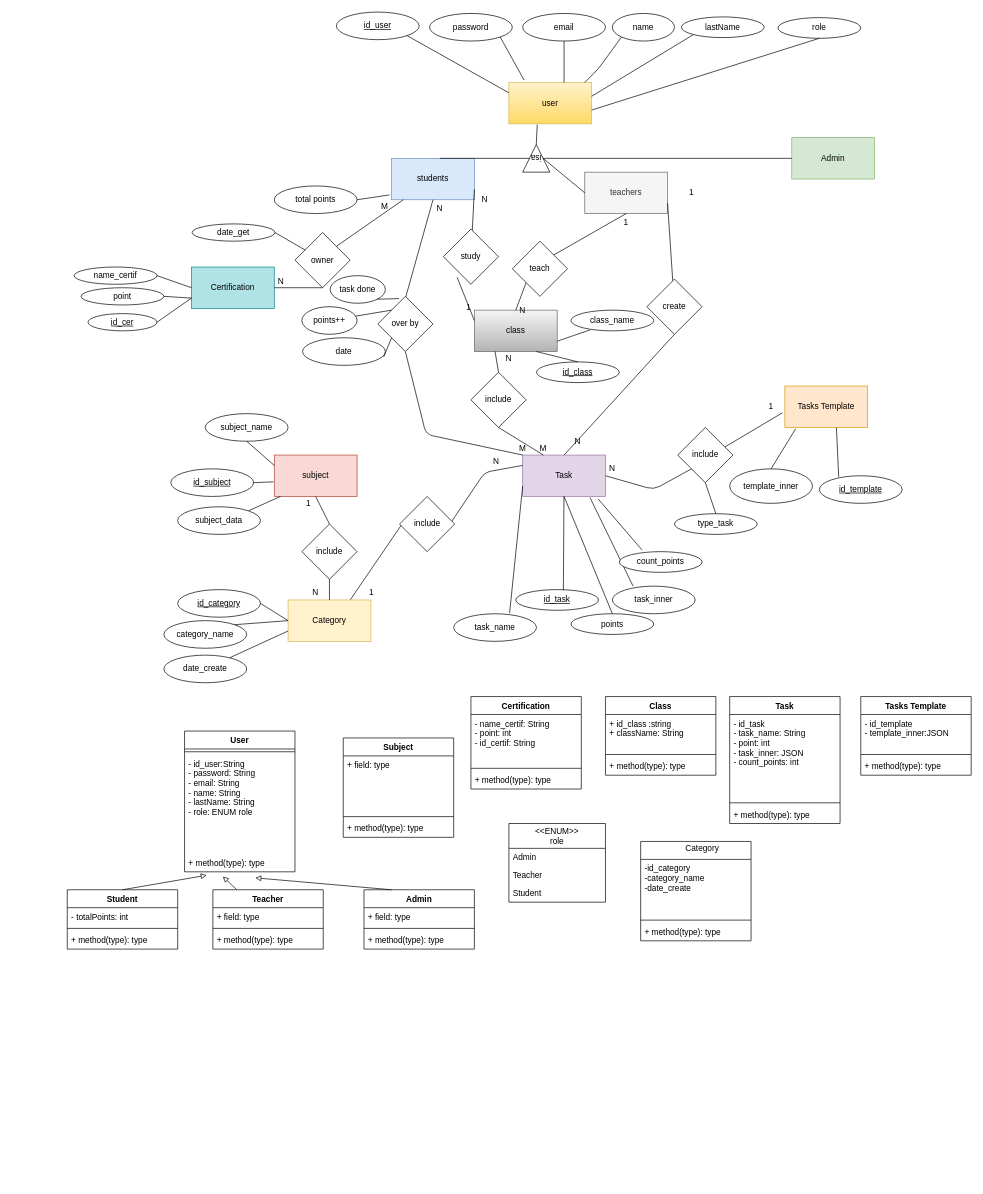
The draw.io diagram ERD_Class_diagram.drawio in alsousha/projectFinish, before the edit. Source tidied: cells renumbered, new cells numbered last; positions are measured from the earlier drawing's top-left corner, leaving out a move shared by most shapes. Both pictures are drawn from the tidied source at 69%, with x=0, y=0 at pixel (67, 12).
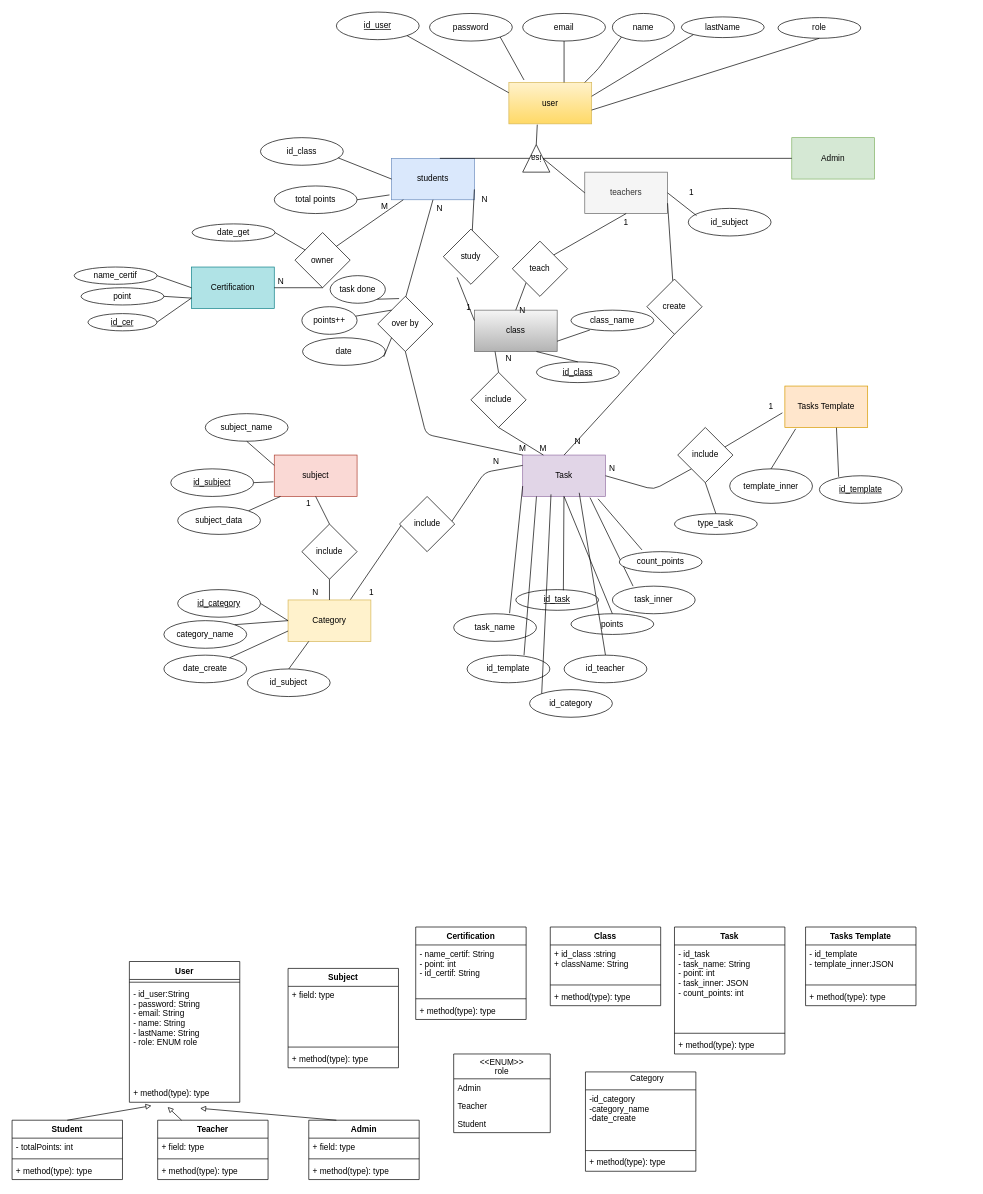
The same diagram, later.

The change refers to these unchanged cells:
```xml
<mxCell id="2" value="students" style="rounded=0;whiteSpace=wrap;html=1;fillColor=#dae8fc;strokeColor=#6c8ebf;" parent="1" vertex="1">
  <mxGeometry x="470" y="212" width="120" height="60" as="geometry" />
</mxCell>
<mxCell id="3" value="teachers" style="rounded=0;whiteSpace=wrap;html=1;fillColor=#f5f5f5;strokeColor=#666666;fontColor=#333333;" parent="1" vertex="1">
  <mxGeometry x="750" y="232" width="120" height="60" as="geometry" />
</mxCell>
<mxCell id="14" value="Task" style="rounded=0;whiteSpace=wrap;html=1;fillColor=#e1d5e7;strokeColor=#9673a6;" parent="1" vertex="1">
  <mxGeometry x="660" y="642" width="120" height="60" as="geometry" />
</mxCell>
<mxCell id="148" value="Category" style="rounded=0;whiteSpace=wrap;html=1;fillColor=#fff2cc;strokeColor=#d6b656;" parent="1" vertex="1">
  <mxGeometry x="320" y="852" width="120" height="60" as="geometry" />
</mxCell>
```

Diff of the diagram source:
```diff
@@
     <mxCell id="101" value="User" style="swimlane;fontStyle=1;align=center;verticalAlign=top;horizontal=1;startSize=26;" parent="1" vertex="1">
-      <mxGeometry x="170" y="1042" width="160" height="204" as="geometry" />
+      <mxGeometry x="90" y="1376" width="160" height="204" as="geometry" />
     </mxCell>
@@
     <mxCell id="105" value="Student" style="swimlane;fontStyle=1;align=center;verticalAlign=top;horizontal=1;startSize=26;" parent="1" vertex="1">
-      <mxGeometry y="1272" width="160" height="86" as="geometry" />
+      <mxGeometry x="-80" y="1606" width="160" height="86" as="geometry" />
     </mxCell>
@@
     <mxCell id="109" value="Teacher" style="swimlane;fontStyle=1;align=center;verticalAlign=top;horizontal=1;startSize=26;" parent="1" vertex="1">
-      <mxGeometry x="211" y="1272" width="160" height="86" as="geometry" />
+      <mxGeometry x="131" y="1606" width="160" height="86" as="geometry" />
     </mxCell>
@@
     <mxCell id="113" value="Admin" style="swimlane;fontStyle=1;align=center;verticalAlign=top;horizontal=1;startSize=26;" parent="1" vertex="1">
-      <mxGeometry x="430" y="1272" width="160" height="86" as="geometry" />
+      <mxGeometry x="350" y="1606" width="160" height="86" as="geometry" />
     </mxCell>
@@
     <mxCell id="120" value="Certification" style="swimlane;fontStyle=1;align=center;verticalAlign=top;horizontal=1;startSize=26;" parent="1" vertex="1">
-      <mxGeometry x="585" y="992" width="160" height="134" as="geometry" />
+      <mxGeometry x="505" y="1326" width="160" height="134" as="geometry" />
     </mxCell>
@@
     <mxCell id="124" value="Class" style="swimlane;fontStyle=1;align=center;verticalAlign=top;horizontal=1;startSize=26;" parent="1" vertex="1">
-      <mxGeometry x="780" y="992" width="160" height="114" as="geometry" />
+      <mxGeometry x="700" y="1326" width="160" height="114" as="geometry" />
     </mxCell>
@@
     <mxCell id="128" value="Task" style="swimlane;fontStyle=1;align=center;verticalAlign=top;horizontal=1;startSize=26;" parent="1" vertex="1">
-      <mxGeometry x="960" y="992" width="160" height="184" as="geometry" />
+      <mxGeometry x="880" y="1326" width="160" height="184" as="geometry" />
     </mxCell>
@@
     <mxCell id="132" value="Tasks Template" style="swimlane;fontStyle=1;align=center;verticalAlign=top;horizontal=1;startSize=26;" parent="1" vertex="1">
-      <mxGeometry x="1150" y="992" width="160" height="114" as="geometry" />
+      <mxGeometry x="1070" y="1326" width="160" height="114" as="geometry" />
     </mxCell>
@@
     <mxCell id="136" value="Subject" style="swimlane;fontStyle=1;align=center;verticalAlign=top;horizontal=1;startSize=26;" parent="1" vertex="1">
-      <mxGeometry x="400" y="1052" width="160" height="144" as="geometry" />
+      <mxGeometry x="320" y="1386" width="160" height="144" as="geometry" />
     </mxCell>
@@
     <mxCell id="140" value="&lt;&lt;ENUM&gt;&gt;&#10;role" style="swimlane;fontStyle=0;horizontal=1;startSize=36;fillColor=none;" parent="1" vertex="1">
-      <mxGeometry x="640" y="1176" width="140" height="114" as="geometry" />
+      <mxGeometry x="560" y="1510" width="140" height="114" as="geometry" />
     </mxCell>
@@
     <mxCell id="166" style="swimlane;fontStyle=1;align=center;verticalAlign=top;horizontal=1;startSize=26;" parent="1" vertex="1">
-      <mxGeometry x="831" y="1202" width="160" height="144" as="geometry" />
+      <mxGeometry x="751" y="1536" width="160" height="144" as="geometry" />
     </mxCell>
@@
     <mxCell id="170" value="Category" style="text;html=1;align=center;verticalAlign=middle;" parent="1" vertex="1">
-      <mxGeometry x="890" y="1202" width="60" height="20" as="geometry" />
+      <mxGeometry x="810" y="1536" width="60" height="20" as="geometry" />
     </mxCell>
+    <mxCell id="171" value="id_category" style="ellipse;whiteSpace=wrap;html=1;" parent="1" vertex="1">
+      <mxGeometry x="670" y="982" width="120" height="40" as="geometry" />
+    </mxCell>
+    <mxCell id="172" value="id_template" style="ellipse;whiteSpace=wrap;html=1;" parent="1" vertex="1">
+      <mxGeometry x="579.4" y="932" width="120" height="40" as="geometry" />
+    </mxCell>
+    <mxCell id="173" style="endArrow=none;html=1;exitX=0.688;exitY=0;exitDx=0;exitDy=0;exitPerimeter=0;" parent="1" edge="1" source="172">
+      <mxGeometry relative="1" as="geometry">
+        <mxPoint x="680" y="702" as="targetPoint" />
+      </mxGeometry>
+    </mxCell>
+    <mxCell id="174" style="endArrow=none;html=1;entryX=0.342;entryY=0.95;entryDx=0;entryDy=0;exitX=0;exitY=0;exitDx=0;exitDy=0;entryPerimeter=0;" parent="1" edge="1" source="171" target="14">
+      <mxGeometry relative="1" as="geometry" />
+    </mxCell>
+    <mxCell id="175" value="id_subject" style="ellipse;whiteSpace=wrap;html=1;" parent="1" vertex="1">
+      <mxGeometry x="900" y="284.5" width="120" height="40" as="geometry" />
+    </mxCell>
+    <mxCell id="176" style="endArrow=none;html=1;entryX=1;entryY=0.5;entryDx=0;entryDy=0;exitX=0.1;exitY=0.263;exitDx=0;exitDy=0;exitPerimeter=0;" parent="1" edge="1" source="175" target="3">
+      <mxGeometry relative="1" as="geometry" />
+    </mxCell>
+    <mxCell id="177" value="id_subject" style="ellipse;whiteSpace=wrap;html=1;" parent="1" vertex="1">
+      <mxGeometry x="261" y="952" width="120" height="40" as="geometry" />
+    </mxCell>
+    <mxCell id="178" style="endArrow=none;html=1;entryX=0.25;entryY=1;entryDx=0;entryDy=0;exitX=0.5;exitY=0;exitDx=0;exitDy=0;" parent="1" edge="1" source="177" target="148">
+      <mxGeometry relative="1" as="geometry" />
+    </mxCell>
+    <mxCell id="179" value="id_teacher" style="ellipse;whiteSpace=wrap;html=1;" parent="1" vertex="1">
+      <mxGeometry x="720" y="932" width="120" height="40" as="geometry" />
+    </mxCell>
+    <mxCell id="180" style="endArrow=none;html=1;entryX=0.683;entryY=0.911;entryDx=0;entryDy=0;exitX=0.5;exitY=0;exitDx=0;exitDy=0;entryPerimeter=0;" parent="1" edge="1" source="179" target="14">
+      <mxGeometry relative="1" as="geometry" />
+    </mxCell>
+    <mxCell id="181" value="id_class" style="ellipse;whiteSpace=wrap;html=1;" parent="1" vertex="1">
+      <mxGeometry x="280" y="182" width="120" height="40" as="geometry" />
+    </mxCell>
+    <mxCell id="182" style="endArrow=none;html=1;exitX=0.939;exitY=0.733;exitDx=0;exitDy=0;exitPerimeter=0;entryX=0;entryY=0.5;entryDx=0;entryDy=0;" parent="1" edge="1" source="181" target="2">
+      <mxGeometry relative="1" as="geometry" />
+    </mxCell>
```
